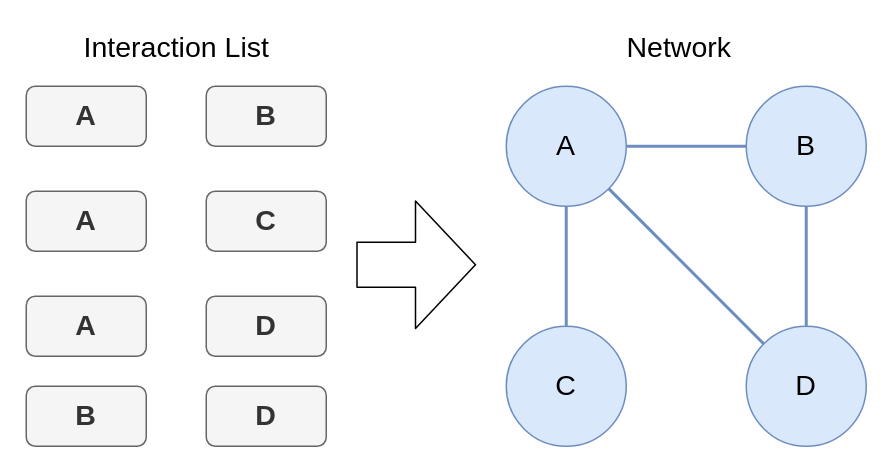
Earlier version of the draw.io diagram diagrams/network_creation.drawio (MatthewWolff/CMU_Computational_Genomics_Final_Project). Source tidied: cells renumbered, new cells numbered last; positions are measured from the earlier drawing's top-left corner, leaving out a move shared by most shapes. Both pictures are drawn from the tidied source at 150%, with x=0, y=0 at pixel (26, 26).
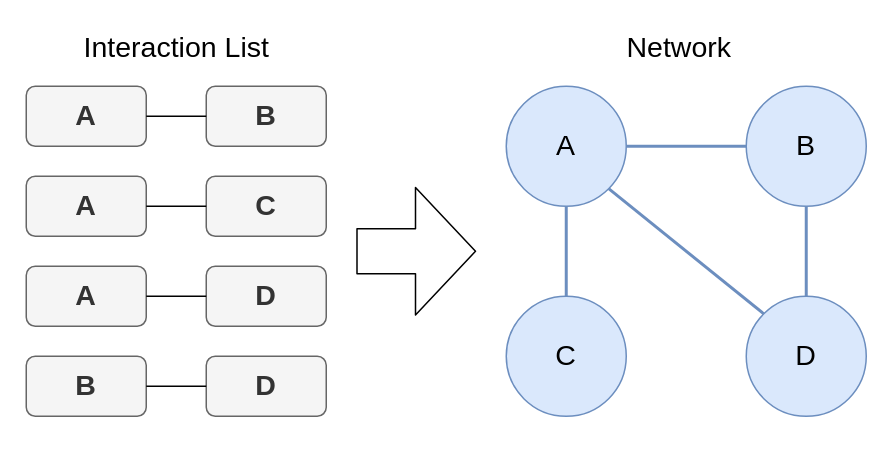
The same page after the edit.

Commit message (it also covers changes not shown here):
updated diagrams for overleaf

Unchanged cells that the change refers to:
```xml
<mxCell id="2" value="&lt;b style=&quot;font-size: 19px;&quot;&gt;A&lt;/b&gt;" style="rounded=1;whiteSpace=wrap;html=1;fontSize=19;fillColor=#f5f5f5;strokeColor=#666666;fontColor=#333333;" parent="1" vertex="1">
  <mxGeometry y="40" width="80" height="40" as="geometry" />
</mxCell>
<mxCell id="3" value="&lt;b style=&quot;font-size: 19px&quot;&gt;B&lt;/b&gt;" style="rounded=1;whiteSpace=wrap;html=1;fontSize=19;fillColor=#f5f5f5;strokeColor=#666666;fontColor=#333333;" parent="1" vertex="1">
  <mxGeometry x="120" y="40" width="80" height="40" as="geometry" />
</mxCell>
```

Change to the diagram source:
```diff
@@
     <mxCell id="4" value="&lt;b style=&quot;font-size: 19px;&quot;&gt;A&lt;/b&gt;" style="rounded=1;whiteSpace=wrap;html=1;fontSize=19;fillColor=#f5f5f5;strokeColor=#666666;fontColor=#333333;" parent="1" vertex="1">
-      <mxGeometry y="110" width="80" height="40" as="geometry" />
+      <mxGeometry y="100" width="80" height="40" as="geometry" />
     </mxCell>
     <mxCell id="5" value="&lt;b style=&quot;font-size: 19px&quot;&gt;C&lt;/b&gt;" style="rounded=1;whiteSpace=wrap;html=1;fontSize=19;fillColor=#f5f5f5;strokeColor=#666666;fontColor=#333333;" parent="1" vertex="1">
-      <mxGeometry x="120" y="110" width="80" height="40" as="geometry" />
+      <mxGeometry x="120" y="100" width="80" height="40" as="geometry" />
     </mxCell>
     <mxCell id="6" value="&lt;b style=&quot;font-size: 19px;&quot;&gt;A&lt;/b&gt;" style="rounded=1;whiteSpace=wrap;html=1;fontSize=19;fillColor=#f5f5f5;strokeColor=#666666;fontColor=#333333;" parent="1" vertex="1">
-      <mxGeometry y="180" width="80" height="40" as="geometry" />
+      <mxGeometry y="160" width="80" height="40" as="geometry" />
     </mxCell>
     <mxCell id="7" value="&lt;b style=&quot;font-size: 19px&quot;&gt;D&lt;/b&gt;" style="rounded=1;whiteSpace=wrap;html=1;fontSize=19;fillColor=#f5f5f5;strokeColor=#666666;fontColor=#333333;" parent="1" vertex="1">
-      <mxGeometry x="120" y="180" width="80" height="40" as="geometry" />
+      <mxGeometry x="120" y="160" width="80" height="40" as="geometry" />
     </mxCell>
     <mxCell id="8" value="&lt;b style=&quot;font-size: 19px&quot;&gt;B&lt;/b&gt;" style="rounded=1;whiteSpace=wrap;html=1;fontSize=19;fillColor=#f5f5f5;strokeColor=#666666;fontColor=#333333;" parent="1" vertex="1">
-      <mxGeometry y="240" width="80" height="40" as="geometry" />
+      <mxGeometry y="220" width="80" height="40" as="geometry" />
     </mxCell>
     <mxCell id="9" value="&lt;b style=&quot;font-size: 19px&quot;&gt;D&lt;/b&gt;" style="rounded=1;whiteSpace=wrap;html=1;fontSize=19;fillColor=#f5f5f5;strokeColor=#666666;fontColor=#333333;" parent="1" vertex="1">
-      <mxGeometry x="120" y="240" width="80" height="40" as="geometry" />
+      <mxGeometry x="120" y="220" width="80" height="40" as="geometry" />
     </mxCell>
     <mxCell id="10" style="shape=flexArrow;endArrow=classic;html=1;fontSize=19;endWidth=54;endSize=13;width=30;" parent="1" edge="1">
       <mxGeometry relative="1" as="geometry">
-        <mxPoint x="220" y="159" as="sourcePoint" />
-        <mxPoint x="300" y="159" as="targetPoint" />
+        <mxPoint x="220" y="150" as="sourcePoint" />
+        <mxPoint x="300" y="150" as="targetPoint" />
       </mxGeometry>
     </mxCell>
@@
     <mxCell id="14" value="C" style="ellipse;whiteSpace=wrap;html=1;fontSize=19;fillColor=#dae8fc;strokeColor=#6c8ebf;" parent="1" vertex="1">
-      <mxGeometry x="320" y="200" width="80" height="80" as="geometry" />
+      <mxGeometry x="320" y="180" width="80" height="80" as="geometry" />
     </mxCell>
@@
     <mxCell id="17" value="D" style="ellipse;whiteSpace=wrap;html=1;fontSize=19;fillColor=#dae8fc;strokeColor=#6c8ebf;" parent="1" vertex="1">
-      <mxGeometry x="480" y="200" width="80" height="80" as="geometry" />
+      <mxGeometry x="480" y="180" width="80" height="80" as="geometry" />
     </mxCell>
@@
+    <mxCell id="21" style="endArrow=none;html=1;exitX=1;exitY=0.5;exitDx=0;exitDy=0;entryX=0;entryY=0.5;entryDx=0;entryDy=0;" parent="1" edge="1" source="2" target="3">
+      <mxGeometry relative="1" as="geometry" />
+    </mxCell>
+    <mxCell id="22" style="endArrow=none;html=1;exitX=1;exitY=0.5;exitDx=0;exitDy=0;entryX=0;entryY=0.5;entryDx=0;entryDy=0;" parent="1" edge="1" source="4" target="5">
+      <mxGeometry relative="1" as="geometry" />
+    </mxCell>
+    <mxCell id="23" style="endArrow=none;html=1;exitX=1;exitY=0.5;exitDx=0;exitDy=0;entryX=0;entryY=0.5;entryDx=0;entryDy=0;" parent="1" edge="1" source="6" target="7">
+      <mxGeometry relative="1" as="geometry" />
+    </mxCell>
+    <mxCell id="24" style="endArrow=none;html=1;exitX=1;exitY=0.5;exitDx=0;exitDy=0;entryX=0;entryY=0.5;entryDx=0;entryDy=0;" parent="1" edge="1" source="8" target="9">
+      <mxGeometry relative="1" as="geometry" />
+    </mxCell>
```
